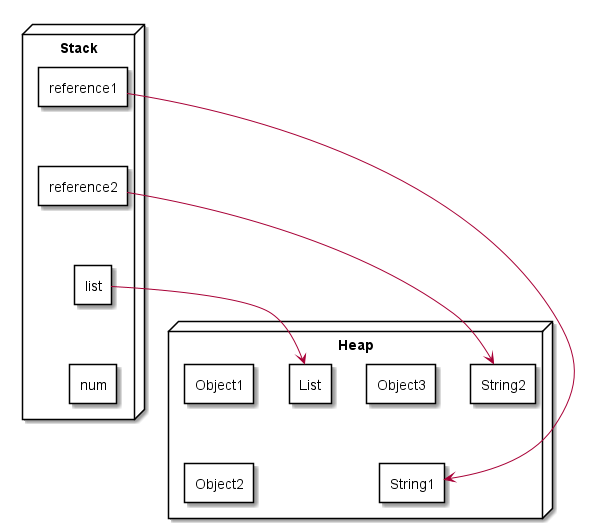
Earlier version of the PlantUML export img/java/concept_reference_1.png (windowforsun/blog). The source it was exported from:
```plantuml
@startuml

package "Stack" <<Node>> {
	package "reference1" <<Rectangle>> {
	}
	package "reference2" <<Rectangle>> {
	}
	package "list" <<Rectangle>> {
	}
	package "num" <<Rectangle>> {
	}

	"reference1" -[hidden]- "reference2"
	"reference2" -[hidden]- "list"
	"list" -[hidden]- "num"
}

package "Heap" <<Node>> {
	package "Object1" <<Rectangle>> {
	}
	package "Object2" <<Rectangle>> {
	}
	package "Object3" <<Rectangle>> {
	}

	package "String1" <<Rectangle>> {
	}
	package "String2" <<Rectangle>> {
	}
	package "List" <<Rectangle>> {
	}

	"List" -[hidden]- "String1"
	"Object1" -[hidden]- "Object2"
}

"reference1" --> "String1"
"reference2" --> "String2"
"list" --> "List"

@enduml
```
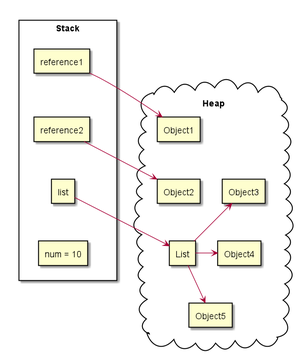
After the change.

What changed in the source:
```diff
@@ -1,41 +1,40 @@
 @startuml
 
-package "Stack" <<Node>> {
-	package "reference1" <<Rectangle>> {
-	}
-	package "reference2" <<Rectangle>> {
-	}
-	package "list" <<Rectangle>> {
-	}
-	package "num" <<Rectangle>> {
-	}
 
-	"reference1" -[hidden]- "reference2"
-	"reference2" -[hidden]- "list"
-	"list" -[hidden]- "num"
+rectangle "Stack" {
+	rectangle "reference1"
+	rectangle "reference2"
+	rectangle "list"
+	rectangle "num = 10" as num
+
+	reference1 -[hidden]- reference2
+	reference2 -[hidden]- list
+	list -[hidden]- num
 }
 
-package "Heap" <<Node>> {
-	package "Object1" <<Rectangle>> {
-	}
-	package "Object2" <<Rectangle>> {
-	}
-	package "Object3" <<Rectangle>> {
-	}
+cloud "Heap" {
+	rectangle "Object1"
+	rectangle "Object2"
+	rectangle "List"
+	rectangle "Object3"
+	rectangle "Object4"
+	rectangle "Object5"
 
-	package "String1" <<Rectangle>> {
-	}
-	package "String2" <<Rectangle>> {
-	}
-	package "List" <<Rectangle>> {
-	}
+	Object1 -[hidden]- Object2
+	Object2 -[hidden]- List
+	Object3 -[hidden]- Object4
+	Object4 -[hidden]- Object5
 
-	"List" -[hidden]- "String1"
-	"Object1" -[hidden]- "Object2"
+	List -up-> Object3
+	List -right-> Object4
+	List --> Object5
 }
 
-"reference1" --> "String1"
-"reference2" --> "String2"
-"list" --> "List"
+Stack -[hidden]- Heap
+reference1 --> Object1
+reference2 --> Object2
+list --> List
+
+
 
 @enduml
```
